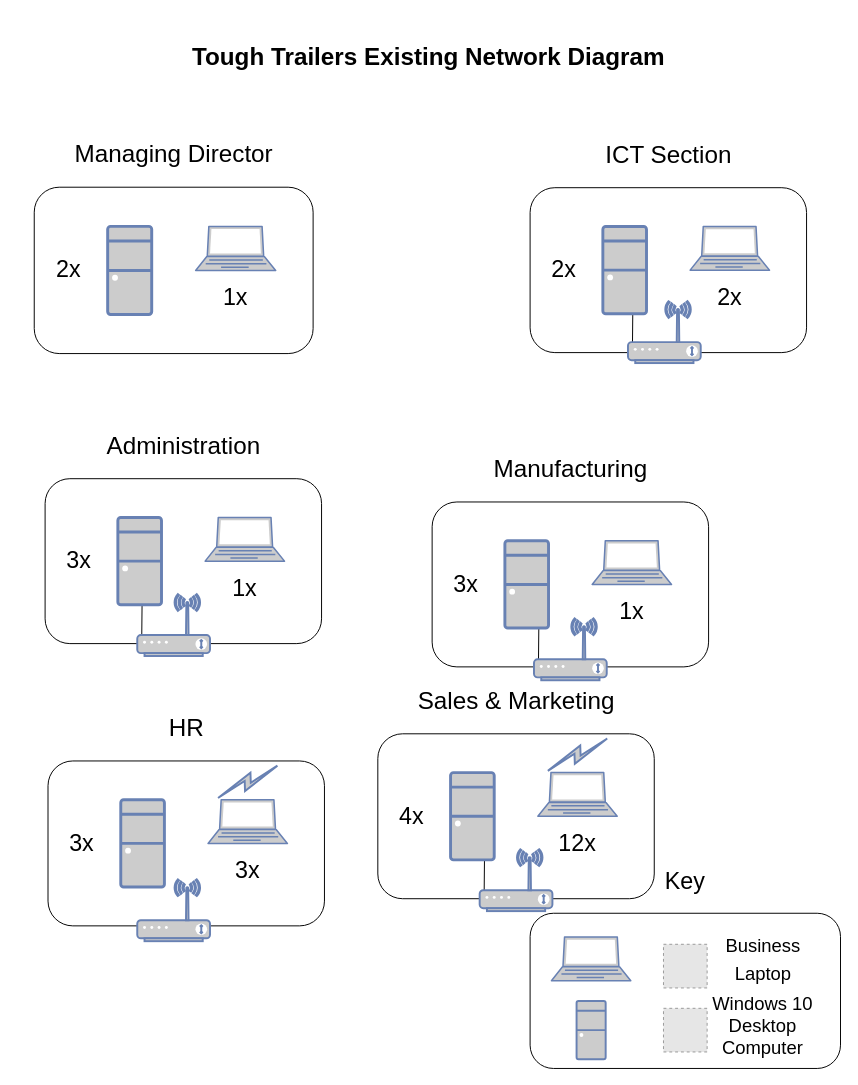
Above: ToughTrailersExistingNetworkDiagram.drawio in TechWiz-3/Network-Diagrams (draw.io), before the change. Source tidied: cells renumbered, new cells numbered last; positions are measured from the earlier drawing's top-left corner, leaving out a move shared by most shapes. Both pictures are drawn from the tidied source at 97%, with x=0, y=0 at pixel (34, 16). Pictures stored in the file or linked from it are replaced by grey dashed boxes.
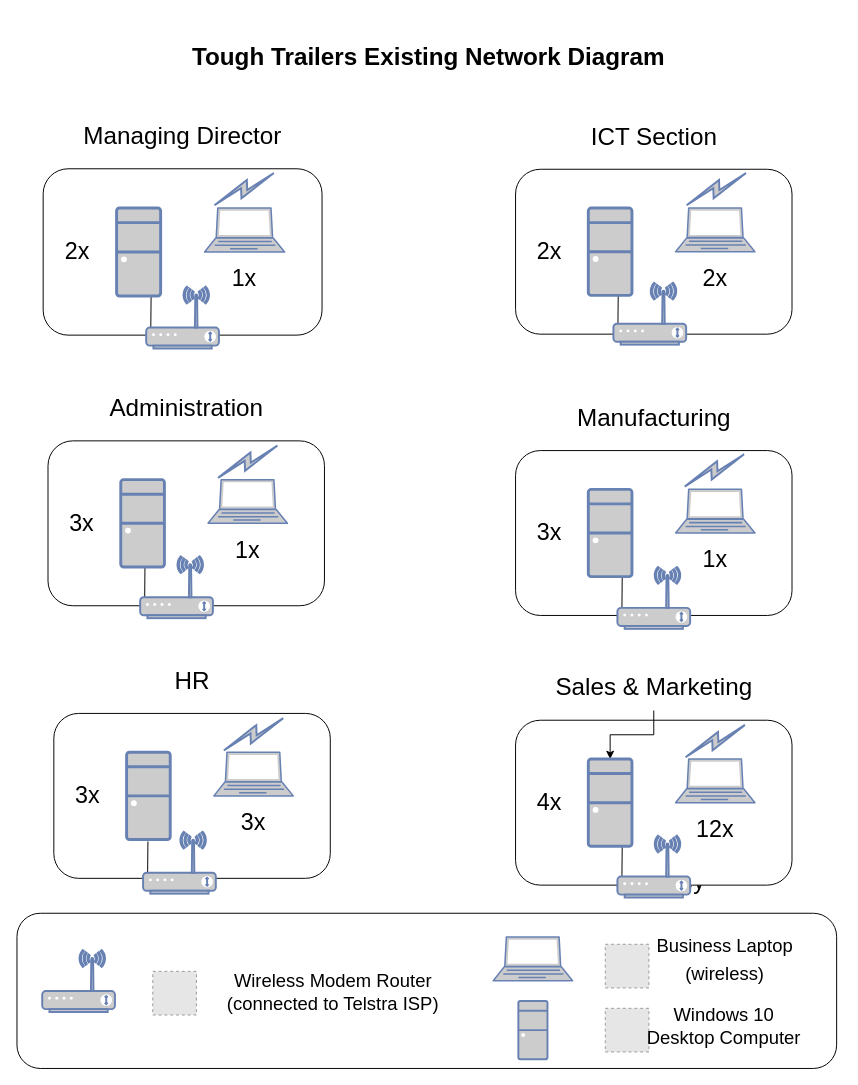
The same diagram, later.

Unchanged cells that the change refers to:
```xml
<mxCell id="12" style="rounded=1;whiteSpace=wrap;html=1;fontSize=14;" parent="11" vertex="1">
  <mxGeometry y="60.5" width="287.5" height="171.5" as="geometry" />
</mxCell>
<mxCell id="37" style="rounded=1;whiteSpace=wrap;html=1;fontSize=14;" parent="36" vertex="1">
  <mxGeometry y="60" width="285" height="170" as="geometry" />
</mxCell>
<mxCell id="47" value="&lt;font style=&quot;font-size: 25px;&quot;&gt;Sales &amp;amp; Marketing&lt;/font&gt;" style="text;html=1;strokeColor=none;fillColor=none;align=center;verticalAlign=middle;whiteSpace=wrap;rounded=0;fontSize=14;" parent="45" vertex="1">
  <mxGeometry x="37.5" width="210" height="50" as="geometry" />
</mxCell>
<mxCell id="59" style="rounded=1;whiteSpace=wrap;html=1;fontSize=14;" parent="58" vertex="1">
  <mxGeometry width="285" height="170" as="geometry" />
</mxCell>
```

What changed in the source:
```diff
@@
     <mxCell id="3" style="rounded=1;whiteSpace=wrap;html=1;fontSize=14;labelPosition=center;verticalLabelPosition=top;align=center;verticalAlign=bottom;" parent="1" vertex="1">
-      <mxGeometry x="511" y="924" width="320" height="160" as="geometry" />
+      <mxGeometry x="-18" y="924" width="845" height="160" as="geometry" />
     </mxCell>
+    <mxCell id="68" value="&lt;div style=&quot;font-size: 19px;&quot; align=&quot;center&quot;&gt;Wireless Modem Router (connected to Telstra ISP)&lt;br&gt;&lt;/div&gt;" style="text;html=1;strokeColor=none;fillColor=none;align=center;verticalAlign=middle;whiteSpace=wrap;rounded=0;fontFamily=Helvetica;fontSize=19;" parent="3" vertex="1">
+      <mxGeometry x="212" y="51.9" width="227.9" height="60.9" as="geometry" />
+    </mxCell>
+    <mxCell id="69" style="fillColor=#E6E6E6;strokeColor=#999999;dashed=1;html=1;verticalAlign=top;verticalLabelPosition=bottom;labelBackgroundColor=#ffffff;fontSize=24;" parent="3" vertex="1">
+      <mxGeometry x="140" y="59.9" width="45" height="45" as="geometry" />
+    </mxCell>
+    <mxCell id="70" style="fontColor=#0066CC;verticalAlign=top;verticalLabelPosition=bottom;labelPosition=center;align=center;html=1;fillColor=#CCCCCC;strokeColor=#6881B3;gradientColor=none;gradientDirection=north;strokeWidth=2;shape=mxgraph.networks.wireless_modem;rounded=1;fontFamily=Helvetica;fontSize=19;" parent="3" vertex="1">
+      <mxGeometry x="26" y="38" width="75" height="63.8" as="geometry" />
+    </mxCell>
+    <mxCell id="7" value="&lt;font style=&quot;font-size: 19px;&quot;&gt;Business Laptop (wireless)&lt;br&gt;&lt;/font&gt;" style="text;html=1;strokeColor=none;fillColor=none;align=center;verticalAlign=middle;whiteSpace=wrap;rounded=0;fontSize=24;" parent="3" vertex="1">
+      <mxGeometry x="655" y="15.5" width="149.5" height="61.5" as="geometry" />
+    </mxCell>
@@
     <mxCell id="5" style="fontColor=#0066CC;verticalAlign=top;verticalLabelPosition=bottom;labelPosition=center;align=center;html=1;fillColor=#CCCCCC;strokeColor=#6881B3;gradientColor=none;gradientDirection=north;strokeWidth=2;shape=mxgraph.networks.laptop;rounded=1;fontSize=24;" parent="1" vertex="1">
-      <mxGeometry x="533" y="948.5" width="81.8" height="45" as="geometry" />
+      <mxGeometry x="473" y="948.5" width="81.8" height="45" as="geometry" />
     </mxCell>
     <mxCell id="6" style="fillColor=#E6E6E6;strokeColor=#999999;dashed=1;html=1;verticalAlign=top;verticalLabelPosition=bottom;labelBackgroundColor=#ffffff;fontSize=24;" parent="1" vertex="1">
-      <mxGeometry x="648.5" y="956" width="45" height="45" as="geometry" />
+      <mxGeometry x="588.5" y="956" width="45" height="45" as="geometry" />
     </mxCell>
-    <mxCell id="7" value="&lt;font style=&quot;font-size: 19px;&quot;&gt;Business Laptop&lt;/font&gt;" style="text;html=1;strokeColor=none;fillColor=none;align=center;verticalAlign=middle;whiteSpace=wrap;rounded=0;fontSize=24;" parent="1" vertex="1">
-      <mxGeometry x="704.5" y="939.5" width="93" height="61.5" as="geometry" />
-    </mxCell>
     <mxCell id="8" style="fontColor=#0066CC;verticalAlign=top;verticalLabelPosition=bottom;labelPosition=center;align=center;html=1;fillColor=#CCCCCC;strokeColor=#6881B3;gradientColor=none;gradientDirection=north;strokeWidth=2;shape=mxgraph.networks.desktop_pc;rounded=1;fontSize=24;" parent="1" vertex="1">
-      <mxGeometry x="558.9" y="1014.5" width="30" height="60" as="geometry" />
+      <mxGeometry x="498.9" y="1014.5" width="30" height="60" as="geometry" />
     </mxCell>
     <mxCell id="9" style="fillColor=#E6E6E6;strokeColor=#999999;dashed=1;html=1;verticalAlign=top;verticalLabelPosition=bottom;labelBackgroundColor=#ffffff;fontSize=24;" parent="1" vertex="1">
-      <mxGeometry x="648.5" y="1022" width="45" height="45" as="geometry" />
+      <mxGeometry x="588.5" y="1022" width="45" height="45" as="geometry" />
     </mxCell>
     <mxCell id="10" value="&lt;div style=&quot;font-size: 19px;&quot; align=&quot;center&quot;&gt;&lt;font style=&quot;font-size: 19px;&quot;&gt;Windows 10&lt;/font&gt; &lt;font style=&quot;font-size: 19px;&quot;&gt;Desktop Computer&lt;/font&gt;&lt;/div&gt;" style="text;html=1;strokeColor=none;fillColor=none;align=center;verticalAlign=middle;whiteSpace=wrap;rounded=0;fontFamily=Helvetica;fontSize=19;" parent="1" vertex="1">
-      <mxGeometry x="681" y="1011" width="140" height="60.9" as="geometry" />
+      <mxGeometry x="621" y="1011" width="180" height="60.9" as="geometry" />
     </mxCell>
     <mxCell id="11" style="group;" parent="1" vertex="1">
-      <mxGeometry x="-0.2" y="115" width="287.5" height="232" as="geometry" />
+      <mxGeometry x="9" y="96" width="287.5" height="245.8" as="geometry" />
     </mxCell>
@@
+    <mxCell id="71" style="html=1;outlineConnect=0;fillColor=#CCCCCC;strokeColor=#6881B3;gradientColor=none;gradientDirection=north;strokeWidth=2;shape=mxgraph.networks.comm_link_edge;html=1;rounded=0;fontFamily=Helvetica;fontSize=19;" parent="12" edge="1">
+      <mxGeometry relative="1" as="geometry">
+        <mxPoint x="173.2" y="39.5" as="sourcePoint" />
+        <mxPoint x="241.2" y="2.5" as="targetPoint" />
+      </mxGeometry>
+    </mxCell>
@@
-    <mxCell id="15" style="fontColor=#0066CC;verticalAlign=top;verticalLabelPosition=bottom;labelPosition=center;align=center;html=1;fillColor=#CCCCCC;strokeColor=#6881B3;gradientColor=none;gradientDirection=north;strokeWidth=2;shape=mxgraph.networks.desktop_pc;rounded=1;fontSize=24;" parent="11" vertex="1">
-      <mxGeometry x="75.7" y="100.9" width="45.4" height="90.8" as="geometry" />
-    </mxCell>
@@
+    <mxCell id="72" style="endArrow=none;html=1;rounded=0;fontFamily=Helvetica;fontSize=19;entryX=0.339;entryY=1.008;entryDx=0;entryDy=0;entryPerimeter=0;" parent="11" edge="1">
+      <mxGeometry relative="1" as="geometry">
+        <mxPoint x="111.3" y="189" as="sourcePoint" />
+        <mxPoint x="110.9" y="230.4" as="targetPoint" />
+      </mxGeometry>
+    </mxCell>
+    <mxCell id="15" style="fontColor=#0066CC;verticalAlign=top;verticalLabelPosition=bottom;labelPosition=center;align=center;html=1;fillColor=#CCCCCC;strokeColor=#6881B3;gradientColor=none;gradientDirection=north;strokeWidth=2;shape=mxgraph.networks.desktop_pc;rounded=1;fontSize=24;" parent="11" vertex="1">
+      <mxGeometry x="75.7" y="100.9" width="45.4" height="90.8" as="geometry" />
+    </mxCell>
+    <mxCell id="73" style="fontColor=#0066CC;verticalAlign=top;verticalLabelPosition=bottom;labelPosition=center;align=center;html=1;fillColor=#CCCCCC;strokeColor=#6881B3;gradientColor=none;gradientDirection=north;strokeWidth=2;shape=mxgraph.networks.wireless_modem;rounded=1;fontFamily=Helvetica;fontSize=19;" parent="11" vertex="1">
+      <mxGeometry x="106.2" y="182" width="75" height="63.8" as="geometry" />
+    </mxCell>
     <mxCell id="18" style="group;" parent="1" vertex="1">
-      <mxGeometry x="511" y="116" width="285" height="242.8" as="geometry" />
+      <mxGeometry x="496" y="97" width="285" height="242.8" as="geometry" />
     </mxCell>
+    <mxCell id="20" value="&lt;font style=&quot;font-size: 25px;&quot;&gt;ICT Section&lt;/font&gt;" style="text;html=1;strokeColor=none;fillColor=none;align=center;verticalAlign=middle;whiteSpace=wrap;rounded=0;fontSize=14;" parent="18" vertex="1">
+      <mxGeometry x="37.5" width="210" height="50" as="geometry" />
+    </mxCell>
+    <mxCell id="74" style="group;" parent="18" vertex="1">
+      <mxGeometry y="60" width="285" height="180.8" as="geometry" />
+    </mxCell>
-    <mxCell id="19" style="rounded=1;whiteSpace=wrap;html=1;fontSize=14;" parent="18" vertex="1">
-      <mxGeometry y="60" width="285" height="170" as="geometry" />
+    <mxCell id="19" style="rounded=1;whiteSpace=wrap;html=1;fontSize=14;" parent="74" vertex="1">
+      <mxGeometry width="285" height="170" as="geometry" />
     </mxCell>
-    <mxCell id="20" value="&lt;font style=&quot;font-size: 25px;&quot;&gt;ICT Section&lt;/font&gt;" style="text;html=1;strokeColor=none;fillColor=none;align=center;verticalAlign=middle;whiteSpace=wrap;rounded=0;fontSize=14;" parent="18" vertex="1">
-      <mxGeometry x="37.5" width="210" height="50" as="geometry" />
-    </mxCell>
+    <mxCell id="75" style="html=1;outlineConnect=0;fillColor=#CCCCCC;strokeColor=#6881B3;gradientColor=none;gradientDirection=north;strokeWidth=2;shape=mxgraph.networks.comm_link_edge;html=1;rounded=0;fontFamily=Helvetica;fontSize=19;" parent="19" edge="1">
+      <mxGeometry relative="1" as="geometry">
+        <mxPoint x="173" y="39" as="sourcePoint" />
+        <mxPoint x="241" y="2" as="targetPoint" />
+      </mxGeometry>
+    </mxCell>
-    <mxCell id="21" style="fontColor=#0066CC;verticalAlign=top;verticalLabelPosition=bottom;labelPosition=center;align=center;html=1;fillColor=#CCCCCC;strokeColor=#6881B3;gradientColor=none;gradientDirection=north;strokeWidth=2;shape=mxgraph.networks.laptop;rounded=1;fontSize=24;" parent="18" vertex="1">
-      <mxGeometry x="165" y="100" width="81.8" height="45" as="geometry" />
+    <mxCell id="21" style="fontColor=#0066CC;verticalAlign=top;verticalLabelPosition=bottom;labelPosition=center;align=center;html=1;fillColor=#CCCCCC;strokeColor=#6881B3;gradientColor=none;gradientDirection=north;strokeWidth=2;shape=mxgraph.networks.laptop;rounded=1;fontSize=24;" parent="74" vertex="1">
+      <mxGeometry x="165" y="40" width="81.8" height="45" as="geometry" />
     </mxCell>
-    <mxCell id="22" value="&lt;font style=&quot;font-size: 24px;&quot;&gt;2x&lt;/font&gt;" style="text;html=1;strokeColor=none;fillColor=none;align=center;verticalAlign=middle;whiteSpace=wrap;rounded=0;fontFamily=Helvetica;fontSize=17;" parent="18" vertex="1">
-      <mxGeometry x="5" y="130" width="60" height="30" as="geometry" />
+    <mxCell id="22" value="&lt;font style=&quot;font-size: 24px;&quot;&gt;2x&lt;/font&gt;" style="text;html=1;strokeColor=none;fillColor=none;align=center;verticalAlign=middle;whiteSpace=wrap;rounded=0;fontFamily=Helvetica;fontSize=17;" parent="74" vertex="1">
+      <mxGeometry x="5" y="70" width="60" height="30" as="geometry" />
     </mxCell>
-    <mxCell id="23" value="2x" style="text;html=1;strokeColor=none;fillColor=none;align=center;verticalAlign=middle;whiteSpace=wrap;rounded=0;fontFamily=Helvetica;fontSize=24;" parent="18" vertex="1">
-      <mxGeometry x="175.9" y="157.5" width="60" height="30" as="geometry" />
+    <mxCell id="23" value="2x" style="text;html=1;strokeColor=none;fillColor=none;align=center;verticalAlign=middle;whiteSpace=wrap;rounded=0;fontFamily=Helvetica;fontSize=24;" parent="74" vertex="1">
+      <mxGeometry x="175.9" y="97.5" width="60" height="30" as="geometry" />
     </mxCell>
-    <mxCell id="24" style="endArrow=none;html=1;rounded=0;fontFamily=Helvetica;fontSize=19;entryX=0.339;entryY=1.008;entryDx=0;entryDy=0;entryPerimeter=0;" parent="18" edge="1">
+    <mxCell id="24" style="endArrow=none;html=1;rounded=0;fontFamily=Helvetica;fontSize=19;entryX=0.339;entryY=1.008;entryDx=0;entryDy=0;entryPerimeter=0;" parent="74" edge="1">
       <mxGeometry relative="1" as="geometry">
-        <mxPoint x="105.9" y="184" as="sourcePoint" />
-        <mxPoint x="105.5" y="225.4" as="targetPoint" />
+        <mxPoint x="105.9" y="124" as="sourcePoint" />
+        <mxPoint x="105.5" y="165.4" as="targetPoint" />
       </mxGeometry>
     </mxCell>
-    <mxCell id="25" style="fontColor=#0066CC;verticalAlign=top;verticalLabelPosition=bottom;labelPosition=center;align=center;html=1;fillColor=#CCCCCC;strokeColor=#6881B3;gradientColor=none;gradientDirection=north;strokeWidth=2;shape=mxgraph.networks.wireless_modem;rounded=1;fontFamily=Helvetica;fontSize=19;" parent="18" vertex="1">
-      <mxGeometry x="100.9" y="177" width="75" height="63.8" as="geometry" />
+    <mxCell id="25" style="fontColor=#0066CC;verticalAlign=top;verticalLabelPosition=bottom;labelPosition=center;align=center;html=1;fillColor=#CCCCCC;strokeColor=#6881B3;gradientColor=none;gradientDirection=north;strokeWidth=2;shape=mxgraph.networks.wireless_modem;rounded=1;fontFamily=Helvetica;fontSize=19;" parent="74" vertex="1">
+      <mxGeometry x="100.9" y="117" width="75" height="63.8" as="geometry" />
     </mxCell>
-    <mxCell id="26" style="fontColor=#0066CC;verticalAlign=top;verticalLabelPosition=bottom;labelPosition=center;align=center;html=1;fillColor=#CCCCCC;strokeColor=#6881B3;gradientColor=none;gradientDirection=north;strokeWidth=2;shape=mxgraph.networks.desktop_pc;rounded=1;fontSize=24;" parent="18" vertex="1">
-      <mxGeometry x="75" y="100" width="45" height="90" as="geometry" />
+    <mxCell id="26" style="fontColor=#0066CC;verticalAlign=top;verticalLabelPosition=bottom;labelPosition=center;align=center;html=1;fillColor=#CCCCCC;strokeColor=#6881B3;gradientColor=none;gradientDirection=north;strokeWidth=2;shape=mxgraph.networks.desktop_pc;rounded=1;fontSize=24;" parent="74" vertex="1">
+      <mxGeometry x="75" y="40" width="45" height="90" as="geometry" />
     </mxCell>
     <mxCell id="27" style="group;" parent="1" vertex="1">
-      <mxGeometry x="11" y="416" width="285" height="242.8" as="geometry" />
+      <mxGeometry x="14" y="377" width="285" height="242.8" as="geometry" />
     </mxCell>
@@
+    <mxCell id="76" style="html=1;outlineConnect=0;fillColor=#CCCCCC;strokeColor=#6881B3;gradientColor=none;gradientDirection=north;strokeWidth=2;shape=mxgraph.networks.comm_link_edge;html=1;rounded=0;fontFamily=Helvetica;fontSize=19;" parent="27" edge="1">
+      <mxGeometry relative="1" as="geometry">
+        <mxPoint x="171.9" y="100" as="sourcePoint" />
+        <mxPoint x="239.9" y="63" as="targetPoint" />
+      </mxGeometry>
+    </mxCell>
     <mxCell id="36" style="group;" parent="1" vertex="1">
-      <mxGeometry x="410" y="440" width="285" height="243.8" as="geometry" />
+      <mxGeometry x="496" y="387" width="285" height="243.8" as="geometry" />
     </mxCell>
@@
+    <mxCell id="77" style="html=1;outlineConnect=0;fillColor=#CCCCCC;strokeColor=#6881B3;gradientColor=none;gradientDirection=north;strokeWidth=2;shape=mxgraph.networks.comm_link_edge;html=1;rounded=0;fontFamily=Helvetica;fontSize=19;" parent="37" edge="1">
+      <mxGeometry relative="1" as="geometry">
+        <mxPoint x="171" y="39" as="sourcePoint" />
+        <mxPoint x="239" y="2" as="targetPoint" />
+      </mxGeometry>
+    </mxCell>
@@
     <mxCell id="45" style="group;" parent="1" vertex="1">
-      <mxGeometry x="354" y="679" width="285" height="242.8" as="geometry" />
+      <mxGeometry x="496" y="665" width="285" height="242.8" as="geometry" />
     </mxCell>
@@
+    <mxCell id="78" style="edgeStyle=orthogonalEdgeStyle;rounded=0;jettySize=auto;html=1;fontFamily=Helvetica;fontSize=19;" parent="45" edge="1" source="47" target="54">
+      <mxGeometry relative="1" as="geometry" />
+    </mxCell>
@@
+    <mxCell id="52" style="endArrow=none;html=1;rounded=0;fontFamily=Helvetica;fontSize=19;entryX=0.339;entryY=1.008;entryDx=0;entryDy=0;entryPerimeter=0;" parent="45" edge="1">
+      <mxGeometry relative="1" as="geometry">
+        <mxPoint x="110" y="186" as="sourcePoint" />
+        <mxPoint x="109.6" y="227.4" as="targetPoint" />
+      </mxGeometry>
+    </mxCell>
+    <mxCell id="79" style="group;" parent="45" vertex="1">
+      <mxGeometry x="5" y="63" width="241.8" height="179.8" as="geometry" />
+    </mxCell>
-    <mxCell id="48" style="fontColor=#0066CC;verticalAlign=top;verticalLabelPosition=bottom;labelPosition=center;align=center;html=1;fillColor=#CCCCCC;strokeColor=#6881B3;gradientColor=none;gradientDirection=north;strokeWidth=2;shape=mxgraph.networks.laptop;rounded=1;fontSize=24;" parent="45" vertex="1">
-      <mxGeometry x="165" y="100" width="81.8" height="45" as="geometry" />
+    <mxCell id="48" style="fontColor=#0066CC;verticalAlign=top;verticalLabelPosition=bottom;labelPosition=center;align=center;html=1;fillColor=#CCCCCC;strokeColor=#6881B3;gradientColor=none;gradientDirection=north;strokeWidth=2;shape=mxgraph.networks.laptop;rounded=1;fontSize=24;" parent="79" vertex="1">
+      <mxGeometry x="160" y="37" width="81.8" height="45" as="geometry" />
     </mxCell>
-    <mxCell id="49" value="&lt;font style=&quot;font-size: 24px;&quot;&gt;4x&lt;/font&gt;" style="text;html=1;strokeColor=none;fillColor=none;align=center;verticalAlign=middle;whiteSpace=wrap;rounded=0;fontFamily=Helvetica;fontSize=17;" parent="45" vertex="1">
-      <mxGeometry x="5" y="130" width="60" height="30" as="geometry" />
+    <mxCell id="49" value="&lt;font style=&quot;font-size: 24px;&quot;&gt;4x&lt;/font&gt;" style="text;html=1;strokeColor=none;fillColor=none;align=center;verticalAlign=middle;whiteSpace=wrap;rounded=0;fontFamily=Helvetica;fontSize=17;" parent="79" vertex="1">
+      <mxGeometry y="67" width="60" height="30" as="geometry" />
     </mxCell>
-    <mxCell id="50" value="12x" style="text;html=1;strokeColor=none;fillColor=none;align=center;verticalAlign=middle;whiteSpace=wrap;rounded=0;fontFamily=Helvetica;fontSize=24;" parent="45" vertex="1">
-      <mxGeometry x="175.9" y="157.5" width="60" height="30" as="geometry" />
+    <mxCell id="50" value="12x" style="text;html=1;strokeColor=none;fillColor=none;align=center;verticalAlign=middle;whiteSpace=wrap;rounded=0;fontFamily=Helvetica;fontSize=24;" parent="79" vertex="1">
+      <mxGeometry x="170.9" y="94.5" width="60" height="30" as="geometry" />
     </mxCell>
-    <mxCell id="51" style="html=1;outlineConnect=0;fillColor=#CCCCCC;strokeColor=#6881B3;gradientColor=none;gradientDirection=north;strokeWidth=2;shape=mxgraph.networks.comm_link_edge;html=1;rounded=0;fontFamily=Helvetica;fontSize=19;" parent="45" edge="1">
+    <mxCell id="51" style="html=1;outlineConnect=0;fillColor=#CCCCCC;strokeColor=#6881B3;gradientColor=none;gradientDirection=north;strokeWidth=2;shape=mxgraph.networks.comm_link_edge;html=1;rounded=0;fontFamily=Helvetica;fontSize=19;" parent="79" edge="1">
       <mxGeometry relative="1" as="geometry">
-        <mxPoint x="171.9" y="100" as="sourcePoint" />
-        <mxPoint x="239.9" y="63" as="targetPoint" />
+        <mxPoint x="166.9" y="37" as="sourcePoint" />
+        <mxPoint x="234.9" as="targetPoint" />
       </mxGeometry>
     </mxCell>
-    <mxCell id="52" style="endArrow=none;html=1;rounded=0;fontFamily=Helvetica;fontSize=19;entryX=0.339;entryY=1.008;entryDx=0;entryDy=0;entryPerimeter=0;" parent="45" edge="1">
-      <mxGeometry relative="1" as="geometry">
-        <mxPoint x="110" y="186" as="sourcePoint" />
-        <mxPoint x="109.6" y="227.4" as="targetPoint" />
-      </mxGeometry>
-    </mxCell>
-    <mxCell id="53" style="fontColor=#0066CC;verticalAlign=top;verticalLabelPosition=bottom;labelPosition=center;align=center;html=1;fillColor=#CCCCCC;strokeColor=#6881B3;gradientColor=none;gradientDirection=north;strokeWidth=2;shape=mxgraph.networks.wireless_modem;rounded=1;fontFamily=Helvetica;fontSize=19;" parent="45" vertex="1">
-      <mxGeometry x="105" y="179" width="75" height="63.8" as="geometry" />
+    <mxCell id="53" style="fontColor=#0066CC;verticalAlign=top;verticalLabelPosition=bottom;labelPosition=center;align=center;html=1;fillColor=#CCCCCC;strokeColor=#6881B3;gradientColor=none;gradientDirection=north;strokeWidth=2;shape=mxgraph.networks.wireless_modem;rounded=1;fontFamily=Helvetica;fontSize=19;" parent="79" vertex="1">
+      <mxGeometry x="100" y="116" width="75" height="63.8" as="geometry" />
     </mxCell>
-    <mxCell id="54" style="fontColor=#0066CC;verticalAlign=top;verticalLabelPosition=bottom;labelPosition=center;align=center;html=1;outlineConnect=0;fillColor=#CCCCCC;strokeColor=#6881B3;gradientColor=none;gradientDirection=north;strokeWidth=2;shape=mxgraph.networks.desktop_pc;rounded=1;fontSize=24;" parent="45" vertex="1">
-      <mxGeometry x="75" y="100" width="45" height="90" as="geometry" />
+    <mxCell id="54" style="fontColor=#0066CC;verticalAlign=top;verticalLabelPosition=bottom;labelPosition=center;align=center;html=1;outlineConnect=0;fillColor=#CCCCCC;strokeColor=#6881B3;gradientColor=none;gradientDirection=north;strokeWidth=2;shape=mxgraph.networks.desktop_pc;rounded=1;fontSize=24;" parent="79" vertex="1">
+      <mxGeometry x="70" y="37" width="45" height="90" as="geometry" />
     </mxCell>
     <mxCell id="55" style="group;" parent="1" vertex="1">
-      <mxGeometry x="14" y="707" width="285" height="245.8" as="geometry" />
+      <mxGeometry x="20" y="658" width="285" height="245.8" as="geometry" />
     </mxCell>
@@
+    <mxCell id="80" style="endArrow=none;html=1;rounded=0;fontFamily=Helvetica;fontSize=19;entryX=0.339;entryY=1.008;entryDx=0;entryDy=0;entryPerimeter=0;" parent="59" edge="1">
+      <mxGeometry relative="1" as="geometry">
+        <mxPoint x="97" y="132" as="sourcePoint" />
+        <mxPoint x="96.6" y="173.4" as="targetPoint" />
+      </mxGeometry>
+    </mxCell>
```
